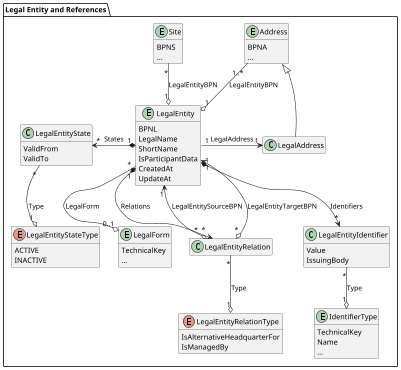
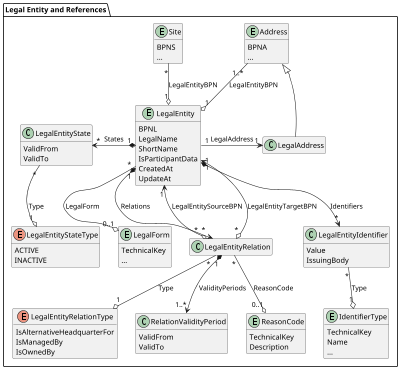
@startuml legal-entity

skinparam dpi 50

package "Legal Entity and References" {
  entity LegalEntity {
    BPNL
    LegalName
    ShortName
    IsParticipantData
    CreatedAt
    UpdateAt
  }

  entity Site {
      BPNS
      ...
  }

  entity Address {
      BPNA
      ...
  }

  class LegalEntityState {
    ValidFrom
    ValidTo
  }

  enum LegalEntityStateType {
    ACTIVE
    INACTIVE
  }

  class LegalEntityIdentifier {
    Value
    IssuingBody
  }

  class LegalEntityRelation {
  }

  enum LegalEntityRelationType {
    IsAlternativeHeadquarterFor
    IsManagedBy
+     IsOwnedBy
+   }
+ 
+   class RelationValidityPeriod {
+     ValidFrom
+     ValidTo
+   }
+ 
+   entity ReasonCode {
+     TechnicalKey
+     Description
  }

  entity IdentifierType {
    TechnicalKey
    Name
    ...
  }

  ' taken out from 24.05, as not clear if this is modelled correctly
  ' class Classification {
  '   Value
  '   Code
  ' }

  ' enum ClassificationType {
  '   NACE
  '   NAF
  '   NAICS
  '   SIC
  ' }

  entity LegalForm {
    TechnicalKey
    ...
  }

  class LegalAddress {}

  ' not standardized yet
  ' class ConfidenceCriteria {
  '   SharedByOwner
  '   CheckedByExternalSource
  '   NumberOfSharingMembers
  '   LastConfidenceCheckAt
  '   NextConfidenceCheckAt
  '   ConfidenceLevel
  ' }

  ' not implemented / standardized yet
  ' class LegalEntityScriptVariant {
  '   LegalName
  '   ShortName
  ' }

  ' enum ScriptCode {
  '   Arab
  '   Cyrl
  '   Hans
  '   Jpan
  '   Latn
  '   ...
  ' }

  Address "1..*" -d-o "1" LegalEntity : LegalEntityBPN
  Site "*" -d-o "1" LegalEntity : LegalEntityBPN

  LegalEntity "1" *-l-> "*" LegalEntityState : States
  LegalEntityState "*" -d-o "1" LegalEntityStateType : Type

  LegalEntity "1" *-d-> "*" LegalEntityIdentifier : Identifiers
  LegalEntityIdentifier "*" -d-o "1" IdentifierType : Type

  LegalEntity "1" *--> "*" LegalEntityRelation : Relations
  LegalEntityRelation "*" --o "1" LegalEntityRelationType : Type
  LegalEntityRelation "*" o--> "1" LegalEntity : LegalEntitySourceBPN
  LegalEntityRelation "*" o--> "1" LegalEntity : LegalEntityTargetBPN
+   LegalEntityRelation "1" *-d-> "1..*" RelationValidityPeriod : ValidityPeriods
+   LegalEntityRelation "*" -d-o "0..1" ReasonCode : ReasonCode

  ' taken out from 24.05, as not clear if this is modelled correctly
  ' LegalEntity "1" *-d-> "*" Classification : Classifications
  ' Classification "*" -d-o "1" ClassificationType : Type

  LegalEntity "*" -d-o "0..1" LegalForm : LegalForm

  LegalEntity "1" -r-> "1" LegalAddress : LegalAddress
  LegalAddress -u-|> Address

  ' not standardized yet
  ' LegalEntity "1" -u-> "1" ConfidenceCriteria : ConfidenceCriteria

  ' not implemented / standardized yet
  ' LegalEntity "1" *--> "*" LegalEntityScriptVariant : ScriptVariants
  ' LegalEntityScriptVariant "*" --o "1" ScriptCode : ScriptCode
}

hide methods
hide LegalAddress members
hide LegalEntityRelation members
- @enduml+ @enduml
